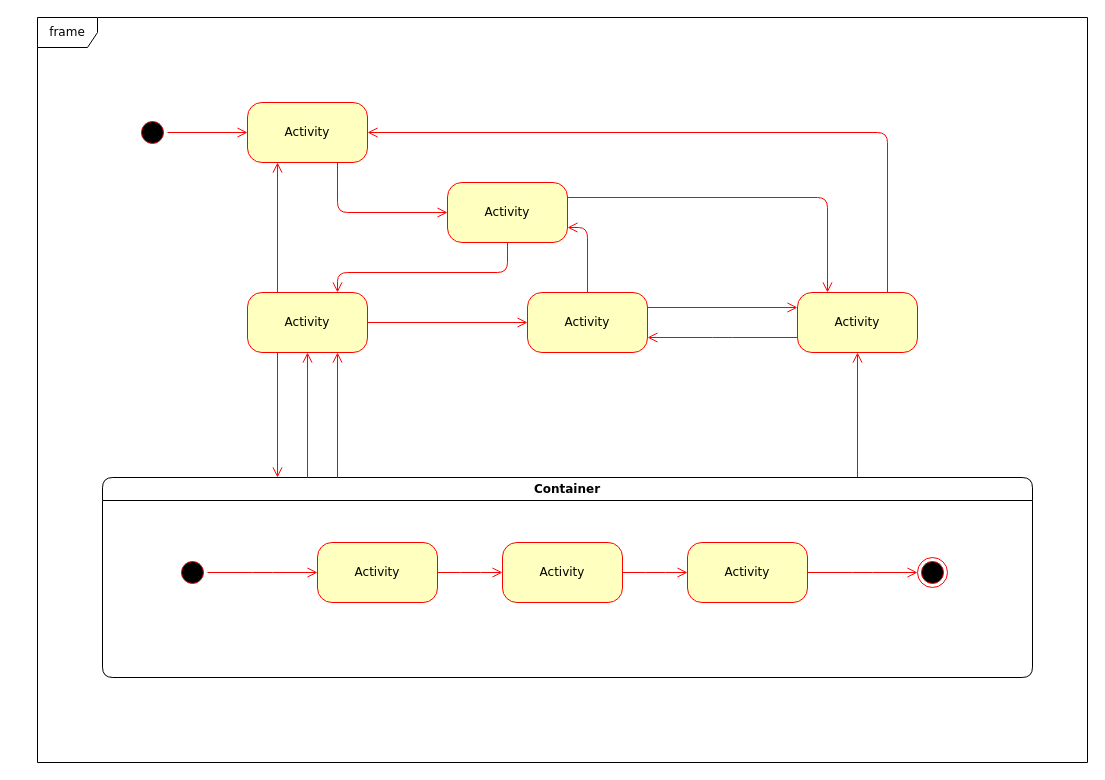
Above: Untitled Diagram.drawio in LyndinK/dependencyVizualizer (draw.io), before the change. Source tidied: cells renumbered, new cells numbered last; positions are measured from the earlier drawing's top-left corner, leaving out a move shared by most shapes. Both pictures are drawn from the tidied source at 100%, with x=0, y=0 at pixel (37, 17).
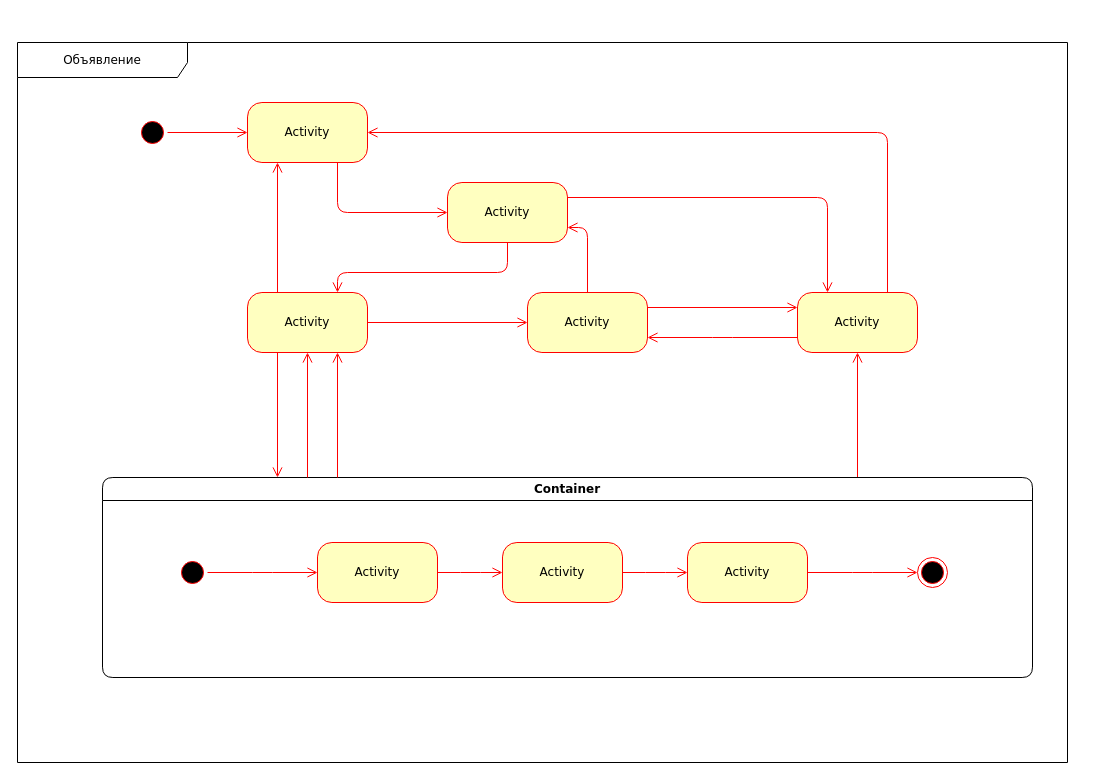
The same page after the edit.

The edit, as a diff of the source:
```diff
@@
-    <mxCell id="22" value="frame" style="shape=umlFrame;whiteSpace=wrap;html=1;rounded=1;shadow=0;comic=0;labelBackgroundColor=none;strokeWidth=1;fontFamily=Verdana;fontSize=12;align=center;" parent="1" vertex="1">
-      <mxGeometry width="1050" height="745" as="geometry" />
+    <mxCell id="22" value="Объявление" style="shape=umlFrame;whiteSpace=wrap;html=1;rounded=1;shadow=0;comic=0;labelBackgroundColor=none;strokeWidth=1;fontFamily=Verdana;fontSize=12;align=center;width=170;height=35;" parent="1" vertex="1">
+      <mxGeometry x="-20" y="25" width="1050" height="720" as="geometry" />
     </mxCell>
```
